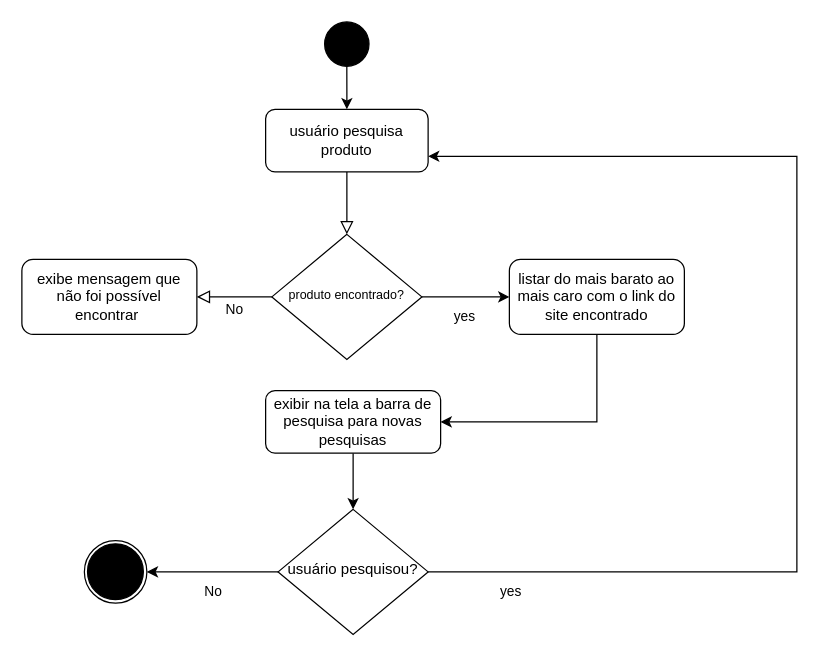
This is page "Página-3" (3 of 7) of Diagrama sem nome.drawio from devguina/CEFET-Software_Engineering, a draw.io file, before an edit. Source tidied: cells renumbered, new cells numbered last; positions are measured from the earlier drawing's top-left corner, leaving out a move shared by most shapes. Both pictures are drawn from the tidied source at 125%, with x=0, y=0 at pixel (21, 21).
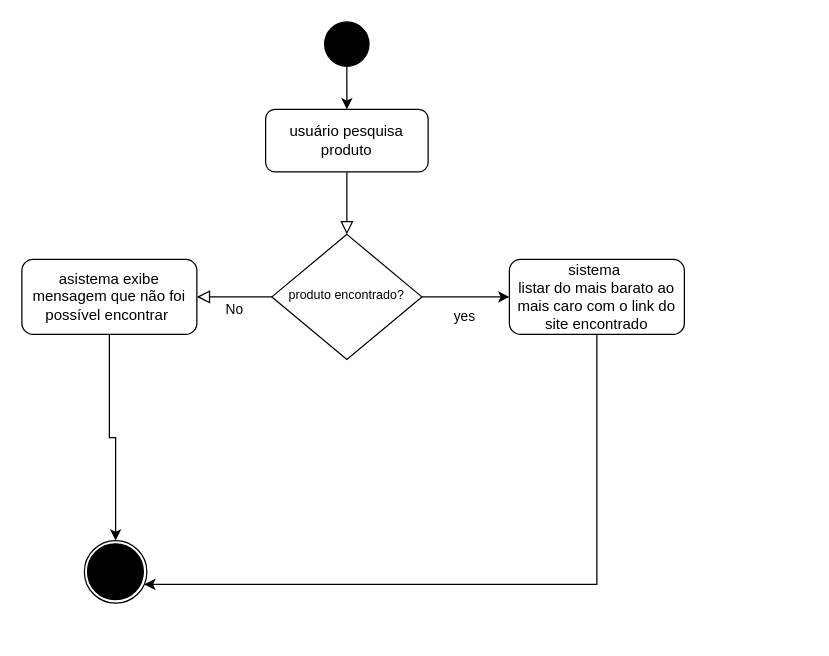
The same diagram, later.

Unchanged cells that the change refers to:
```xml
<mxCell id="3" value="usuário pesquisa produto" style="rounded=1;whiteSpace=wrap;html=1;fontSize=12;glass=0;strokeWidth=1;shadow=0;" parent="1" vertex="1">
  <mxGeometry x="195" y="70" width="130" height="50" as="geometry" />
</mxCell>
<mxCell id="22" style="ellipse;shape=doubleEllipse;whiteSpace=wrap;html=1;fillColor=none;" parent="20" vertex="1">
  <mxGeometry width="50" height="50" as="geometry" />
</mxCell>
```

Change to the diagram source:
```diff
@@
+    <mxCell id="23" style="edgeStyle=orthogonalEdgeStyle;rounded=0;jettySize=auto;html=1;" parent="1" edge="1" source="8" target="22">
+      <mxGeometry relative="1" as="geometry" />
+    </mxCell>
-    <mxCell id="8" value="exibe mensagem que não foi possível encontrar&amp;nbsp;" style="rounded=1;whiteSpace=wrap;html=1;fontSize=12;glass=0;strokeWidth=1;shadow=0;" parent="1" vertex="1">
+    <mxCell id="8" value="asistema exibe mensagem que não foi possível encontrar&amp;nbsp;" style="rounded=1;whiteSpace=wrap;html=1;fontSize=12;glass=0;strokeWidth=1;shadow=0;" parent="1" vertex="1">
       <mxGeometry y="190" width="140" height="60" as="geometry" />
     </mxCell>
-    <mxCell id="9" style="edgeStyle=orthogonalEdgeStyle;rounded=0;jettySize=auto;html=1;entryX=0.5;entryY=0;entryDx=0;entryDy=0;" parent="1" edge="1" source="10" target="19">
-      <mxGeometry relative="1" as="geometry" />
-    </mxCell>
-    <mxCell id="10" value="exibir na tela a barra de pesquisa para novas pesquisas" style="rounded=1;whiteSpace=wrap;html=1;fontSize=12;glass=0;strokeWidth=1;shadow=0;" parent="1" vertex="1">
-      <mxGeometry x="195" y="295" width="140" height="50" as="geometry" />
-    </mxCell>
@@
-    <mxCell id="13" style="edgeStyle=orthogonalEdgeStyle;rounded=0;jettySize=auto;html=1;entryX=1;entryY=0.5;entryDx=0;entryDy=0;" parent="1" edge="1" source="14" target="10">
-      <mxGeometry relative="1" as="geometry">
-        <Array as="points">
-          <mxPoint x="460" y="320" />
-        </Array>
-      </mxGeometry>
-    </mxCell>
+    <mxCell id="24" style="edgeStyle=orthogonalEdgeStyle;rounded=0;jettySize=auto;html=1;" parent="1" edge="1" source="14" target="22">
+      <mxGeometry relative="1" as="geometry">
+        <Array as="points">
+          <mxPoint x="460" y="450" />
+        </Array>
+      </mxGeometry>
+    </mxCell>
-    <mxCell id="14" value="listar do mais barato ao mais caro com o link do site encontrado" style="rounded=1;whiteSpace=wrap;html=1;fontSize=12;glass=0;strokeWidth=1;shadow=0;" parent="1" vertex="1">
+    <mxCell id="14" value="sistema&amp;nbsp;&lt;div&gt;listar do mais barato ao mais caro com o link do site encontrado&lt;/div&gt;" style="rounded=1;whiteSpace=wrap;html=1;fontSize=12;glass=0;strokeWidth=1;shadow=0;" parent="1" vertex="1">
       <mxGeometry x="390" y="190" width="140" height="60" as="geometry" />
     </mxCell>
-    <mxCell id="15" style="edgeStyle=orthogonalEdgeStyle;rounded=0;jettySize=auto;html=1;entryX=1;entryY=0.5;entryDx=0;entryDy=0;" parent="1" edge="1" source="19">
-      <mxGeometry relative="1" as="geometry">
-        <mxPoint x="100" y="440" as="targetPoint" />
-      </mxGeometry>
-    </mxCell>
-    <mxCell id="16" value="No" style="edgeLabel;html=1;align=center;verticalAlign=middle;" parent="15" vertex="1">
-      <mxGeometry x="0.01" y="15" relative="1" as="geometry" />
-    </mxCell>
-    <mxCell id="17" style="edgeStyle=orthogonalEdgeStyle;rounded=0;jettySize=auto;html=1;entryX=1;entryY=0.75;entryDx=0;entryDy=0;" parent="1" edge="1" source="19" target="3">
-      <mxGeometry relative="1" as="geometry">
-        <Array as="points">
-          <mxPoint x="620" y="440" />
-          <mxPoint x="620" y="108" />
-        </Array>
-      </mxGeometry>
-    </mxCell>
-    <mxCell id="18" value="yes" style="edgeLabel;html=1;align=center;verticalAlign=middle;" parent="17" vertex="1">
-      <mxGeometry x="-0.86" y="-15" relative="1" as="geometry" />
-    </mxCell>
-    <mxCell id="19" value="usuário pesquisou?" style="rhombus;whiteSpace=wrap;html=1;shadow=0;fontFamily=Helvetica;fontSize=12;align=center;strokeWidth=1;spacing=6;spacingTop=-4;" parent="1" vertex="1">
-      <mxGeometry x="205" y="390" width="120" height="100" as="geometry" />
-    </mxCell>
```
